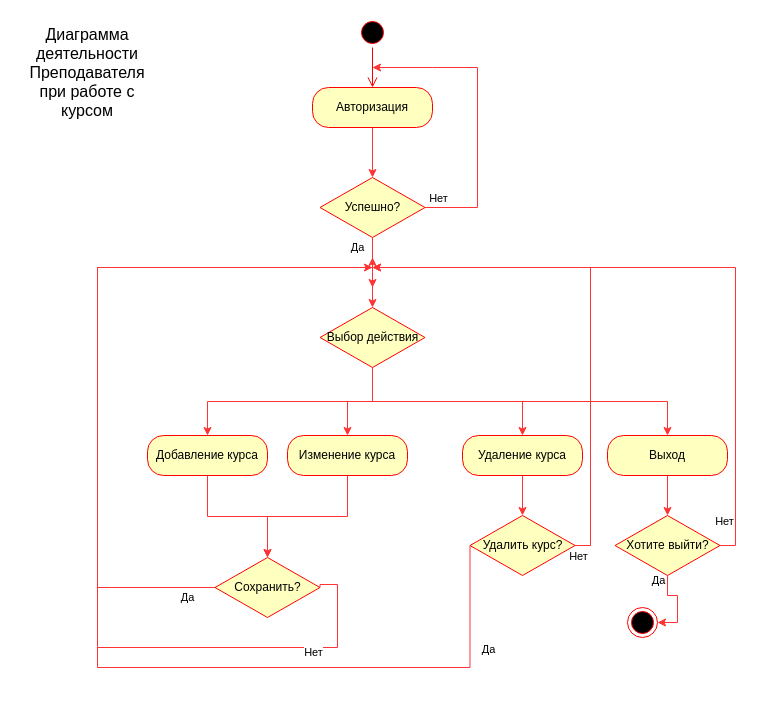
The draw.io diagram page "Activity Teacher - Course" (11 of 14) of UML.drawio in FaridunSalimzoda/myvkr, before the edit. Source tidied: cells renumbered, new cells numbered last; positions are measured from the earlier drawing's top-left corner, leaving out a move shared by most shapes. Both pictures are drawn from the tidied source at 100%, with x=0, y=0 at pixel (17, 17).
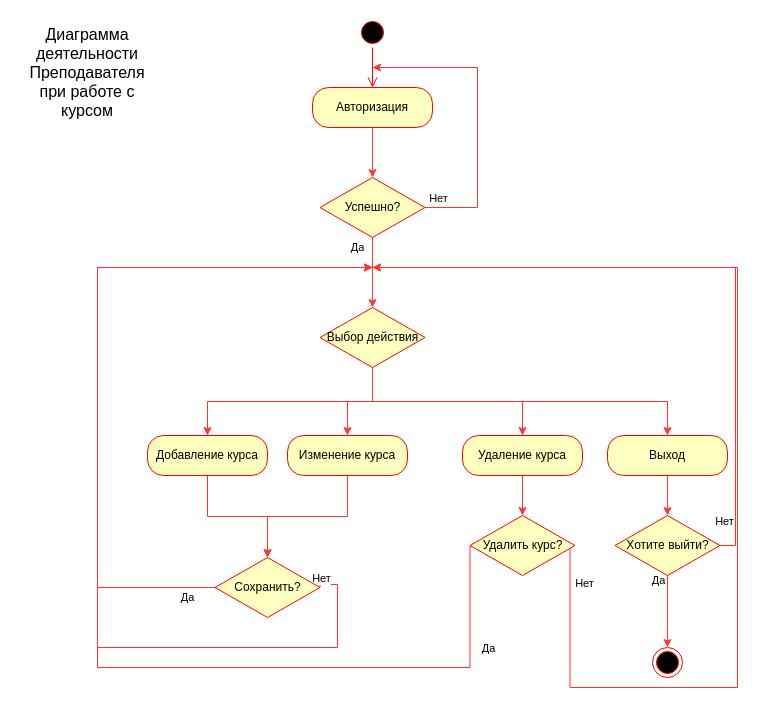
Above is the later version.

The change refers to these unchanged cells:
```xml
<mxCell id="20" style="edgeStyle=orthogonalEdgeStyle;rounded=0;jettySize=auto;html=1;strokeColor=#FF3333;exitX=1;exitY=0.5;exitDx=0;exitDy=0;" parent="1" edge="1" source="22">
  <mxGeometry relative="1" as="geometry">
    <mxPoint x="355" y="250" as="targetPoint" />
    <Array as="points">
      <mxPoint x="303" y="567" />
      <mxPoint x="320" y="567" />
      <mxPoint x="320" y="630" />
      <mxPoint x="80" y="630" />
      <mxPoint x="80" y="250" />
    </Array>
  </mxGeometry>
</mxCell>
<mxCell id="27" value="Удалить курс?" style="rhombus;whiteSpace=wrap;html=1;fillColor=#ffffc0;strokeColor=#ff0000;" parent="1" vertex="1">
  <mxGeometry x="452.5" y="498" width="105" height="60" as="geometry" />
</mxCell>
<mxCell id="33" value="Хотите выйти?" style="rhombus;whiteSpace=wrap;html=1;fillColor=#ffffc0;strokeColor=#ff0000;" parent="1" vertex="1">
  <mxGeometry x="597.5" y="498" width="105" height="60" as="geometry" />
</mxCell>
```

What changed in the source:
```diff
@@
     <mxCell id="19" value="Да" style="edgeStyle=orthogonalEdgeStyle;rounded=0;orthogonalLoop=1;jettySize=auto;html=1;exitX=0;exitY=0.5;exitDx=0;exitDy=0;strokeColor=#FF3333;" parent="1" edge="1">
       <mxGeometry x="-0.92" y="10" relative="1" as="geometry">
         <mxPoint x="198.5" y="570" as="sourcePoint" />
-        <mxPoint x="355" y="270" as="targetPoint" />
+        <mxPoint x="355" y="250" as="targetPoint" />
         <Array as="points">
           <mxPoint x="80" y="570" />
           <mxPoint x="80" y="250" />
-          <mxPoint x="355" y="250" />
         </Array>
       </mxGeometry>
     </mxCell>
@@
     <mxCell id="21" value="Нет" style="edgeLabel;html=1;align=center;verticalAlign=middle;" parent="20" vertex="1">
       <mxGeometry x="-0.84" relative="1" as="geometry">
-        <mxPoint x="-25" y="10" as="offset" />
+        <mxPoint x="-17" y="-64" as="offset" />
       </mxGeometry>
     </mxCell>
@@
     <mxCell id="23" style="edgeStyle=orthogonalEdgeStyle;rounded=0;jettySize=auto;html=1;exitX=0;exitY=0.5;exitDx=0;exitDy=0;strokeColor=#FF3333;" parent="1" edge="1" source="27">
       <mxGeometry relative="1" as="geometry">
-        <mxPoint x="355" y="240" as="targetPoint" />
+        <mxPoint x="355" y="250" as="targetPoint" />
         <Array as="points">
-          <mxPoint x="453" y="650" />
+          <mxPoint x="452" y="650" />
           <mxPoint x="80" y="650" />
           <mxPoint x="80" y="250" />
           <mxPoint x="355" y="250" />
         </Array>
       </mxGeometry>
     </mxCell>
@@
     <mxCell id="25" style="edgeStyle=orthogonalEdgeStyle;rounded=0;orthogonalLoop=1;jettySize=auto;html=1;exitX=1;exitY=0.5;exitDx=0;exitDy=0;strokeColor=#FF3333;" parent="1" edge="1">
       <mxGeometry relative="1" as="geometry">
         <mxPoint x="552.5" y="528" as="sourcePoint" />
         <mxPoint x="355" y="250" as="targetPoint" />
         <Array as="points">
-          <mxPoint x="573" y="528" />
-          <mxPoint x="573" y="250" />
+          <mxPoint x="552" y="670" />
+          <mxPoint x="720" y="670" />
+          <mxPoint x="720" y="250" />
         </Array>
       </mxGeometry>
     </mxCell>
     <mxCell id="26" value="Нет" style="edgeLabel;html=1;align=center;verticalAlign=middle;" parent="25" vertex="1">
       <mxGeometry x="-0.44" y="-2" relative="1" as="geometry">
-        <mxPoint x="-15" y="135" as="offset" />
+        <mxPoint x="-150" y="-107" as="offset" />
       </mxGeometry>
     </mxCell>
@@
     <mxCell id="28" style="ellipse;html=1;shape=endState;fillColor=#000000;strokeColor=#ff0000;" parent="1" vertex="1">
-      <mxGeometry x="610" y="590" width="30" height="30" as="geometry" />
+      <mxGeometry x="635" y="630" width="30" height="30" as="geometry" />
     </mxCell>
-    <mxCell id="29" style="edgeStyle=orthogonalEdgeStyle;rounded=0;jettySize=auto;html=1;exitX=0.5;exitY=1;exitDx=0;exitDy=0;entryX=1;entryY=0.5;entryDx=0;entryDy=0;strokeColor=#FF3333;" parent="1" edge="1" source="33" target="28">
+    <mxCell id="29" style="edgeStyle=orthogonalEdgeStyle;rounded=0;jettySize=auto;html=1;exitX=0.5;exitY=1;exitDx=0;exitDy=0;strokeColor=#FF3333;entryX=0.5;entryY=0;entryDx=0;entryDy=0;" parent="1" edge="1" source="33" target="28">
       <mxGeometry relative="1" as="geometry" />
     </mxCell>
```
